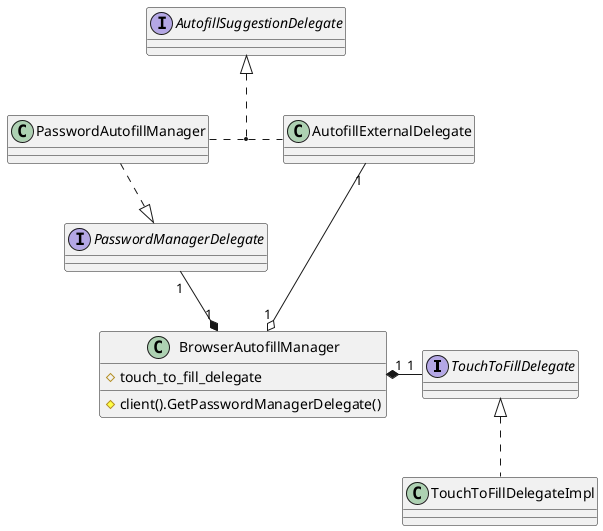
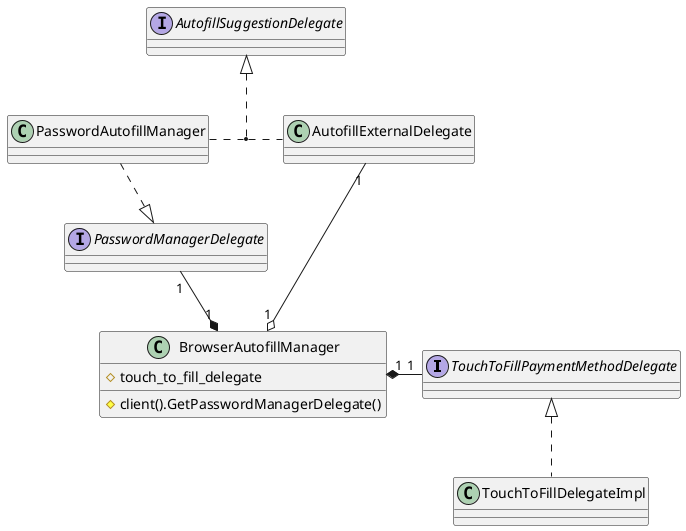
' Copyright 2025 The Chromium Authors
' Use of this source code is governed by a BSD-style license that can be
' found in the LICENSE file.

/'
 ' This class diagram is used in the README of this directory.
 ' Generated diagrams are by default located in
 ' `out/components/autofill/core/browser/integrators/README_class/*`.
 '
 ' The diagram describes how the `BrowserAutofillManager` uses different
 ' delegates to composite suggestions from various sources into the autofill
 ' dropdown.
 '/
@startuml
- interface "TouchToFillDelegate" as ttfd
+ interface "TouchToFillPaymentMethodDelegate" as ttfd
interface "PasswordManagerDelegate" as pmd
interface "AutofillSuggestionDelegate" as asd
class "AutofillExternalDelegate" as aed
class "PasswordAutofillManager" as pam
class "BrowserAutofillManager" as bam {
  # client().GetPasswordManagerDelegate()
  # touch_to_fill_delegate
}

'The BrowserAutofillManager has numerous delegates to different components.
pmd "1" -* "1" bam
bam "1" *- "1" ttfd
aed "1" ---o "1" bam

'Pwd Autofill manager and external delegate implement the same interface.
'Eventually, the pam should not implement the aed anymore but purely communicate
'with the bam.
pam . aed
asd <|.. (pam, aed)

'Each delegate is implemented by a respective impl class in its component.
pam  ..|> pmd
ttfd <|.. TouchToFillDelegateImpl

@enduml
